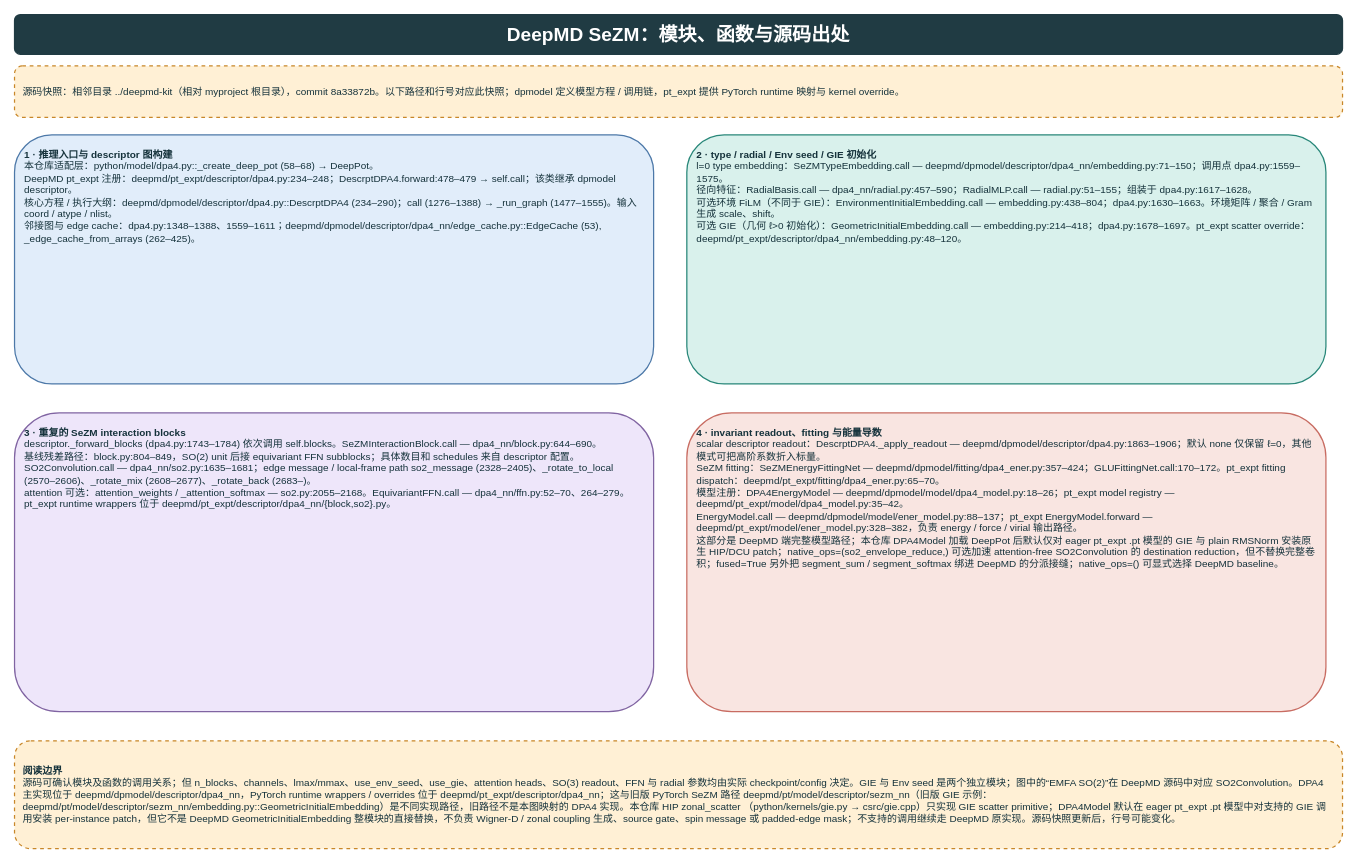
Above: page "DeepMD 源码出处" (4 of 4) of docs/dpa4-model-architecture.drawio in lipengfei1409/bysj (draw.io), before the change. Source tidied: cells renumbered, new cells numbered last; positions are measured from the earlier drawing's top-left corner, leaving out a move shared by most shapes. Both pictures are drawn from the tidied source at 83%, with x=0, y=0 at pixel (14, 14).
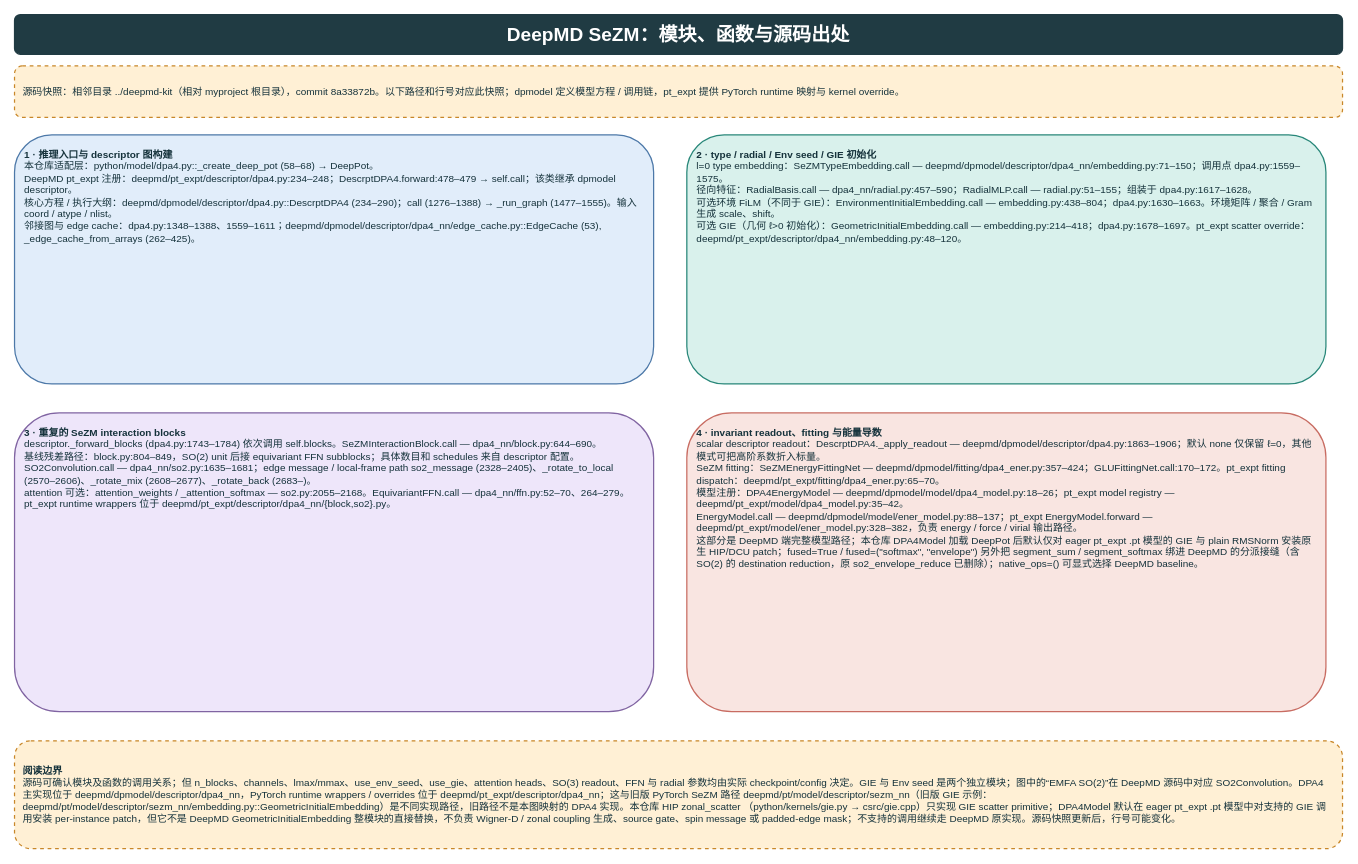
After the change.

Diff of the diagram source:
```diff
@@
 <mxGraphModel>
   <root>
     <mxCell id="0" />
     <mxCell id="1" parent="0" />
     <mxCell id="2" value="DeepMD SeZM：模块、函数与源码出处" style="rounded=1;whiteSpace=wrap;html=1;fillColor=#203B43;strokeColor=#203B43;fontColor=#FFFFFF;fontSize=23;align=center;verticalAlign=middle;spacing=8;fontStyle=1;strokeWidth=1.5;" parent="1" vertex="1">
       <mxGeometry width="1600" height="48" as="geometry" />
     </mxCell>
     <mxCell id="3" value="源码快照：相邻目录 ../deepmd-kit（相对 myproject 根目录），commit 8a33872b。以下路径和行号对应此快照；dpmodel 定义模型方程 / 调用链，pt_expt 提供 PyTorch runtime 映射与 kernel override。" style="rounded=1;whiteSpace=wrap;html=1;fillColor=#FFF0D5;strokeColor=#C88729;fontColor=#15323B;fontSize=12;align=left;verticalAlign=middle;spacing=10;dashed=1;strokeWidth=1.5;" parent="1" vertex="1">
       <mxGeometry y="62" width="1600" height="62" as="geometry" />
     </mxCell>
     <mxCell id="4" value="&lt;b&gt;1 · 推理入口与 descriptor 图构建&lt;/b&gt;&lt;br&gt;本仓库适配层：python/model/dpa4.py::_create_deep_pot (58–68) → DeepPot。&lt;br&gt;DeepMD pt_expt 注册：deepmd/pt_expt/descriptor/dpa4.py:234–248；DescrptDPA4.forward:478–479 → self.call；该类继承 dpmodel descriptor。&lt;br&gt;核心方程 / 执行大纲：deepmd/dpmodel/descriptor/dpa4.py::DescrptDPA4 (234–290)；call (1276–1388) → _run_graph (1477–1555)。输入 coord / atype / nlist。&lt;br&gt;邻接图与 edge cache：dpa4.py:1348–1388、1559–1611；deepmd/dpmodel/descriptor/dpa4_nn/edge_cache.py::EdgeCache (53), _edge_cache_from_arrays (262–425)。" style="rounded=1;whiteSpace=wrap;html=1;fillColor=#E1EDFA;strokeColor=#4C78A8;fontColor=#15323B;fontSize=12;align=left;verticalAlign=top;spacing=12;strokeWidth=1.5;" parent="1" vertex="1">
       <mxGeometry y="145" width="770" height="300" as="geometry" />
     </mxCell>
     <mxCell id="5" value="&lt;b&gt;2 · type / radial / Env seed / GIE 初始化&lt;/b&gt;&lt;br&gt;l=0 type embedding：SeZMTypeEmbedding.call — deepmd/dpmodel/descriptor/dpa4_nn/embedding.py:71–150；调用点 dpa4.py:1559–1575。&lt;br&gt;径向特征：RadialBasis.call — dpa4_nn/radial.py:457–590；RadialMLP.call — radial.py:51–155；组装于 dpa4.py:1617–1628。&lt;br&gt;可选环境 FiLM（不同于 GIE）：EnvironmentInitialEmbedding.call — embedding.py:438–804；dpa4.py:1630–1663。环境矩阵 / 聚合 / Gram 生成 scale、shift。&lt;br&gt;可选 GIE（几何 ℓ&gt;0 初始化）：GeometricInitialEmbedding.call — embedding.py:214–418；dpa4.py:1678–1697。pt_expt scatter override：deepmd/pt_expt/descriptor/dpa4_nn/embedding.py:48–120。" style="rounded=1;whiteSpace=wrap;html=1;fillColor=#D9F1EC;strokeColor=#288779;fontColor=#15323B;fontSize=12;align=left;verticalAlign=top;spacing=12;strokeWidth=1.5;" parent="1" vertex="1">
       <mxGeometry x="810" y="145" width="770" height="300" as="geometry" />
     </mxCell>
     <mxCell id="6" value="&lt;b&gt;3 · 重复的 SeZM interaction blocks&lt;/b&gt;&lt;br&gt;descriptor._forward_blocks (dpa4.py:1743–1784) 依次调用 self.blocks。SeZMInteractionBlock.call — dpa4_nn/block.py:644–690。&lt;br&gt;基线残差路径：block.py:804–849，SO(2) unit 后接 equivariant FFN subblocks；具体数目和 schedules 来自 descriptor 配置。&lt;br&gt;SO2Convolution.call — dpa4_nn/so2.py:1635–1681；edge message / local-frame path so2_message (2328–2405)、_rotate_to_local (2570–2606)、_rotate_mix (2608–2677)、_rotate_back (2683–)。&lt;br&gt;attention 可选：attention_weights / _attention_softmax — so2.py:2055–2168。EquivariantFFN.call — dpa4_nn/ffn.py:52–70、264–279。pt_expt runtime wrappers 位于 deepmd/pt_expt/descriptor/dpa4_nn/{block,so2}.py。" style="rounded=1;whiteSpace=wrap;html=1;fillColor=#EEE6FA;strokeColor=#8064A2;fontColor=#15323B;fontSize=12;align=left;verticalAlign=top;spacing=12;strokeWidth=1.5;" parent="1" vertex="1">
       <mxGeometry y="480" width="770" height="360" as="geometry" />
     </mxCell>
-    <mxCell id="7" value="&lt;b&gt;4 · invariant readout、fitting 与能量导数&lt;/b&gt;&lt;br&gt;scalar descriptor readout：DescrptDPA4._apply_readout — deepmd/dpmodel/descriptor/dpa4.py:1863–1906；默认 none 仅保留 ℓ=0，其他模式可把高阶系数折入标量。&lt;br&gt;SeZM fitting：SeZMEnergyFittingNet — deepmd/dpmodel/fitting/dpa4_ener.py:357–424；GLUFittingNet.call:170–172。pt_expt fitting dispatch：deepmd/pt_expt/fitting/dpa4_ener.py:65–70。&lt;br&gt;模型注册：DPA4EnergyModel — deepmd/dpmodel/model/dpa4_model.py:18–26；pt_expt model registry — deepmd/pt_expt/model/dpa4_model.py:35–42。&lt;br&gt;EnergyModel.call — deepmd/dpmodel/model/ener_model.py:88–137；pt_expt EnergyModel.forward — deepmd/pt_expt/model/ener_model.py:328–382，负责 energy / force / virial 输出路径。&lt;br&gt;这部分是 DeepMD 端完整模型路径；本仓库 DPA4Model 加载 DeepPot 后默认仅对 eager pt_expt .pt 模型的 GIE 与 plain RMSNorm 安装原生 HIP/DCU patch；native_ops=(so2_envelope_reduce,) 可选加速 attention-free SO2Convolution 的 destination reduction，但不替换完整卷积；fused=True 另外把 segment_sum / segment_softmax 绑进 DeepMD 的分派接缝；native_ops=() 可显式选择 DeepMD baseline。" style="rounded=1;whiteSpace=wrap;html=1;fillColor=#F9E5E1;strokeColor=#C86C62;fontColor=#15323B;fontSize=12;align=left;verticalAlign=top;spacing=12;strokeWidth=1.5;" parent="1" vertex="1">
+    <mxCell id="7" value="&lt;b&gt;4 · invariant readout、fitting 与能量导数&lt;/b&gt;&lt;br&gt;scalar descriptor readout：DescrptDPA4._apply_readout — deepmd/dpmodel/descriptor/dpa4.py:1863–1906；默认 none 仅保留 ℓ=0，其他模式可把高阶系数折入标量。&lt;br&gt;SeZM fitting：SeZMEnergyFittingNet — deepmd/dpmodel/fitting/dpa4_ener.py:357–424；GLUFittingNet.call:170–172。pt_expt fitting dispatch：deepmd/pt_expt/fitting/dpa4_ener.py:65–70。&lt;br&gt;模型注册：DPA4EnergyModel — deepmd/dpmodel/model/dpa4_model.py:18–26；pt_expt model registry — deepmd/pt_expt/model/dpa4_model.py:35–42。&lt;br&gt;EnergyModel.call — deepmd/dpmodel/model/ener_model.py:88–137；pt_expt EnergyModel.forward — deepmd/pt_expt/model/ener_model.py:328–382，负责 energy / force / virial 输出路径。&lt;br&gt;这部分是 DeepMD 端完整模型路径；本仓库 DPA4Model 加载 DeepPot 后默认仅对 eager pt_expt .pt 模型的 GIE 与 plain RMSNorm 安装原生 HIP/DCU patch；fused=True / fused=(&quot;softmax&quot;, &quot;envelope&quot;) 另外把 segment_sum / segment_softmax 绑进 DeepMD 的分派接缝（含 SO(2) 的 destination reduction，原 so2_envelope_reduce 已删除）；native_ops=() 可显式选择 DeepMD baseline。" style="rounded=1;whiteSpace=wrap;html=1;fillColor=#F9E5E1;strokeColor=#C86C62;fontColor=#15323B;fontSize=12;align=left;verticalAlign=top;spacing=12;strokeWidth=1.5;" parent="1" vertex="1">
       <mxGeometry x="810" y="480" width="770" height="360" as="geometry" />
     </mxCell>
     <mxCell id="8" value="&lt;b&gt;阅读边界&lt;/b&gt;&lt;br&gt;源码可确认模块及函数的调用关系；但 n_blocks、channels、lmax/mmax、use_env_seed、use_gie、attention heads、SO(3) readout、FFN 与 radial 参数均由实际 checkpoint/config 决定。GIE 与 Env seed 是两个独立模块；图中的“EMFA SO(2)”在 DeepMD 源码中对应 SO2Convolution。DPA4 主实现位于 deepmd/dpmodel/descriptor/dpa4_nn，PyTorch runtime wrappers / overrides 位于 deepmd/pt_expt/descriptor/dpa4_nn；这与旧版 PyTorch SeZM 路径 deepmd/pt/model/descriptor/sezm_nn（旧版 GIE 示例：deepmd/pt/model/descriptor/sezm_nn/embedding.py::GeometricInitialEmbedding）是不同实现路径，旧路径不是本图映射的 DPA4 实现。本仓库 HIP zonal_scatter （python/kernels/gie.py → csrc/gie.cpp）只实现 GIE scatter primitive；DPA4Model 默认在 eager pt_expt .pt 模型中对支持的 GIE 调用安装 per-instance patch，但它不是 DeepMD GeometricInitialEmbedding 整模块的直接替换，不负责 Wigner-D / zonal coupling 生成、source gate、spin message 或 padded-edge mask；不支持的调用继续走 DeepMD 原实现。源码快照更新后，行号可能变化。" style="rounded=1;whiteSpace=wrap;html=1;fillColor=#FFF0D5;strokeColor=#C88729;fontColor=#15323B;fontSize=12;align=left;verticalAlign=middle;spacing=10;dashed=1;strokeWidth=1.5;" parent="1" vertex="1">
       <mxGeometry y="875" width="1600" height="130" as="geometry" />
     </mxCell>
   </root>
 </mxGraphModel>
```
